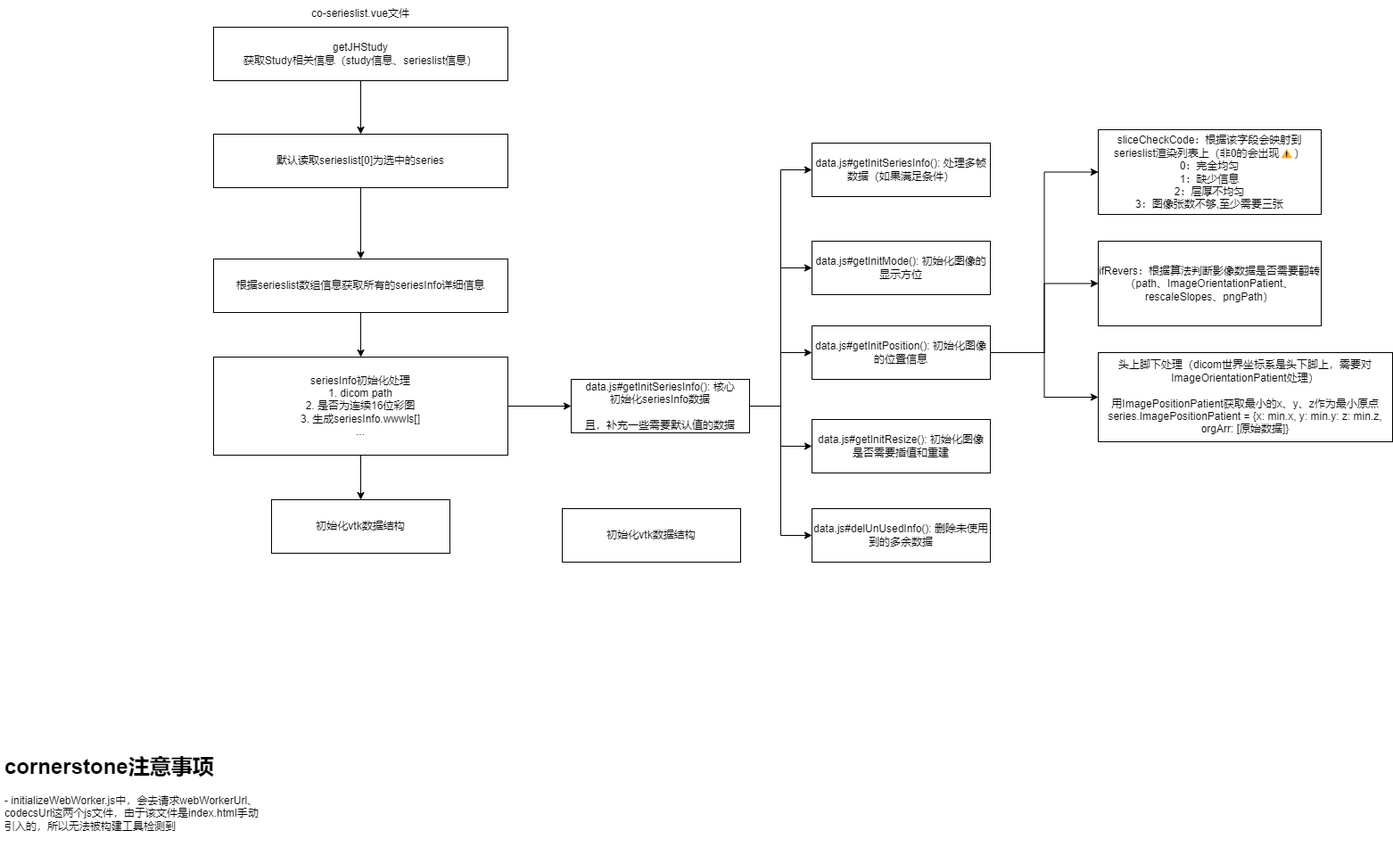
This is viewer数据流.drawio.png from JYbill/draw, a draw.io export, as it was before one commit. Source tidied: cells renumbered, new cells last; positions are measured from the earlier drawing's top-left corner, leaving out a move shared by most shapes.
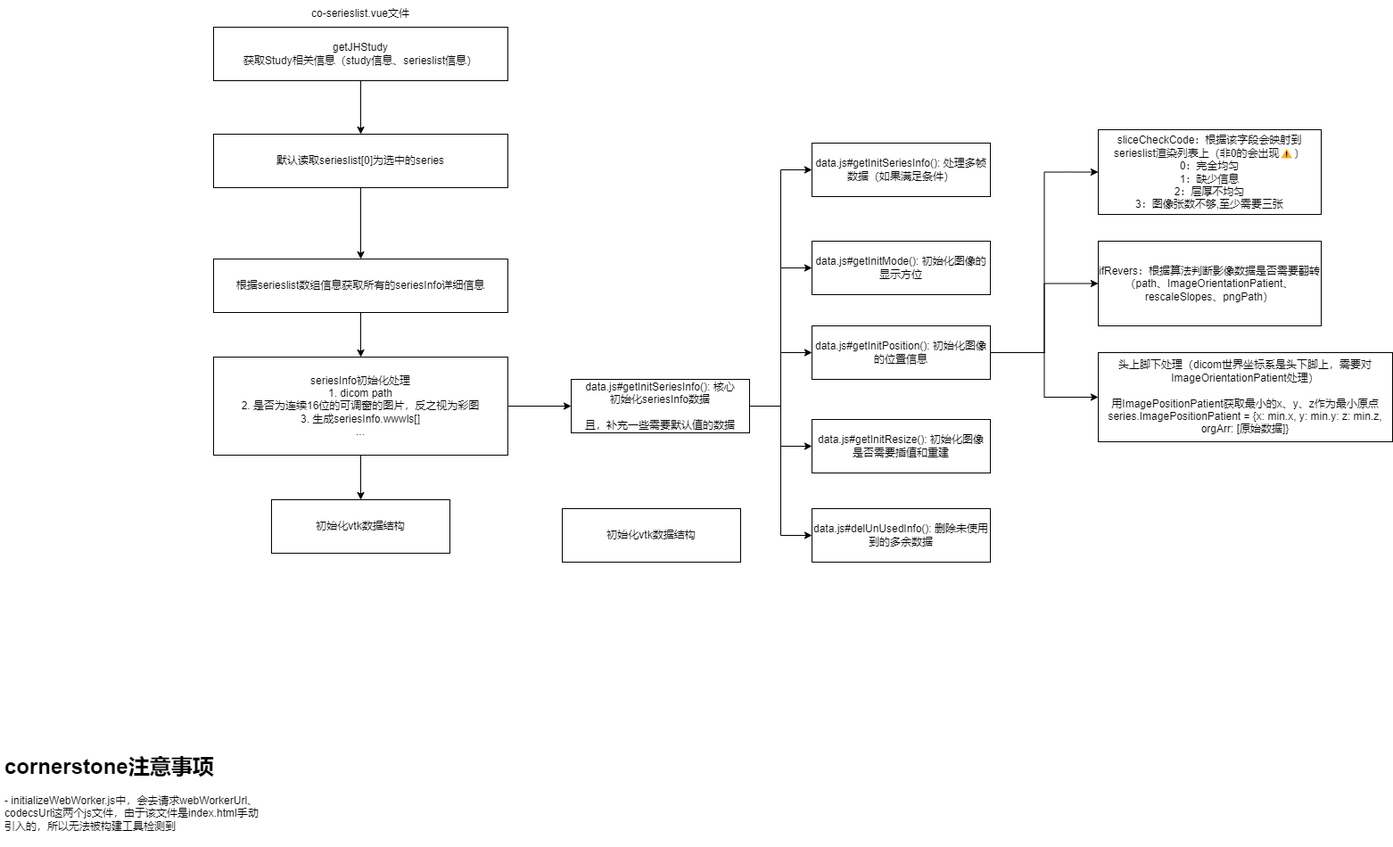
After the change.

Commit message:
更新viewer数据流.drawio.png

Change to the diagram source:
```diff
@@ -26,7 +26,7 @@
     <mxCell id="9" style="edgeStyle=orthogonalEdgeStyle;rounded=0;jettySize=auto;html=1;exitX=0.5;exitY=1;exitDx=0;exitDy=0;" parent="1" edge="1" source="10" target="18">
       <mxGeometry relative="1" as="geometry" />
     </mxCell>
-    <mxCell id="10" value="seriesInfo初始化处理&lt;br&gt;1. dicom path&lt;br&gt;2. 是否为连续16位彩图&lt;br&gt;3. 生成seriesInfo.wwwls[]&lt;br&gt;..." style="rounded=0;whiteSpace=wrap;html=1;" parent="1" vertex="1">
+    <mxCell id="10" value="seriesInfo初始化处理&lt;br&gt;1. dicom path&lt;br&gt;2. 是否为连续16位的可调窗的图片，反之视为彩图&lt;br&gt;3. 生成seriesInfo.wwwls[]&lt;br&gt;..." style="rounded=0;whiteSpace=wrap;html=1;" parent="1" vertex="1">
       <mxGeometry x="239" y="400" width="330" height="110" as="geometry" />
     </mxCell>
     <mxCell id="11" style="edgeStyle=orthogonalEdgeStyle;rounded=0;jettySize=auto;html=1;exitX=1;exitY=0.5;exitDx=0;exitDy=0;entryX=0;entryY=0.5;entryDx=0;entryDy=0;" parent="1" edge="1" source="16" target="20">
```
